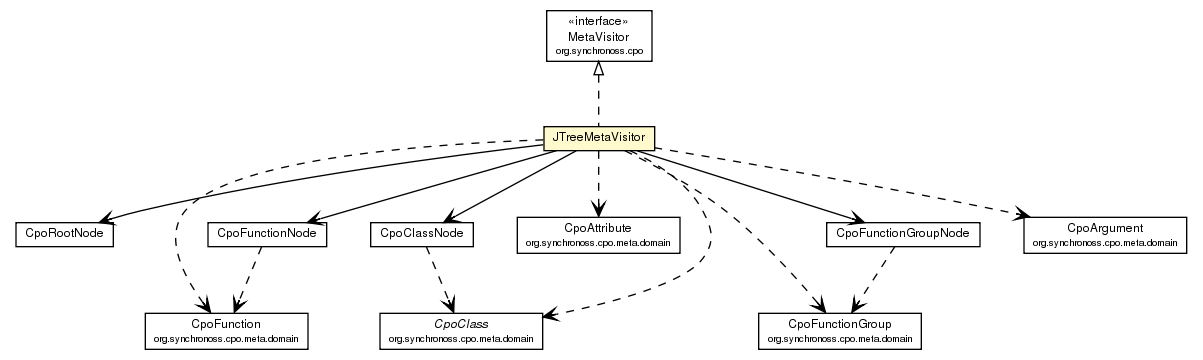
Above: site/apidocs/org/synchronoss/cpo/util/JTreeMetaVisitor.png in synchronoss/cpo-util (Graphviz), before the change. Its source is kept beside it as site/apidocs/org/synchronoss/cpo/util/JTreeMetaVisitor.dot.
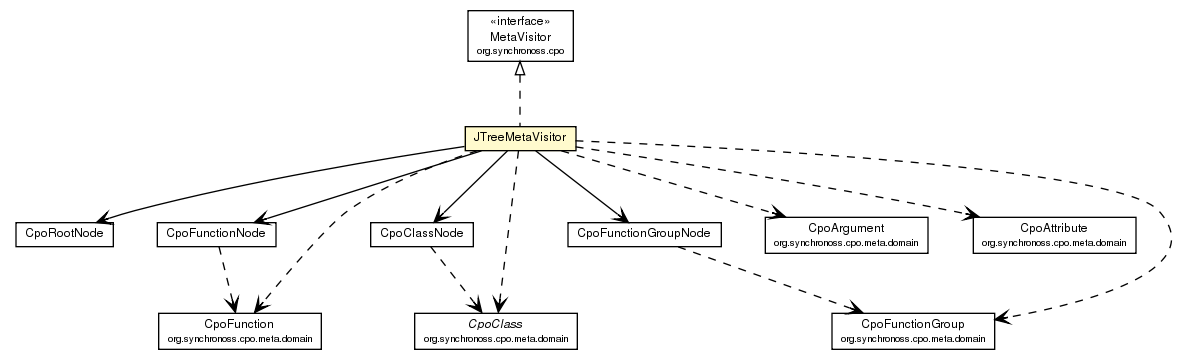
After the commit.

Diff of the diagram source:
```diff
@@ -35,24 +35,24 @@
 	c1707:p -> c1765:p [taillabel="", label="", headlabel="", fontname="Helvetica", fontcolor="black", fontsize=10.0, color="black", arrowhead=open, style=dashed];
 	c1707:p -> c1766:p [taillabel="", label="", headlabel="", fontname="Helvetica", fontcolor="black", fontsize=10.0, color="black", arrowhead=open, style=dashed];
 	c1707:p -> c1767:p [taillabel="", label="", headlabel="", fontname="Helvetica", fontcolor="black", fontsize=10.0, color="black", arrowhead=open, style=dashed];
-	c1707:p -> c1769:p [taillabel="", label="", headlabel="", fontname="Helvetica", fontcolor="black", fontsize=10.0, color="black", arrowhead=open, style=dashed];
+	c1707:p -> c1768:p [taillabel="", label="", headlabel="", fontname="Helvetica", fontcolor="black", fontsize=10.0, color="black", arrowhead=open, style=dashed];
 	c1707:p -> c1770:p [taillabel="", label="", headlabel="", fontname="Helvetica", fontcolor="black", fontsize=10.0, color="black", arrowhead=open, style=dashed];
 	c1721:p -> c1766:p [taillabel="", label="", headlabel="", fontname="Helvetica", fontcolor="black", fontsize=10.0, color="black", arrowhead=open, style=dashed];
-	c1723:p -> c1767:p [taillabel="", label="", headlabel="", fontname="Helvetica", fontcolor="black", fontsize=10.0, color="black", arrowhead=open, style=dashed];
-	c1728:p -> c1769:p [taillabel="", label="", headlabel="", fontname="Helvetica", fontcolor="black", fontsize=10.0, color="black", arrowhead=open, style=dashed];
-	c1767 [label=<<table border="0" cellborder="1" cellspacing="0" cellpadding="2" port="p" href="http://java.sun.com/j2se/1.4.2/docs/api/org/synchronoss/cpo/meta/domain/CpoClass.html">
+	c1723:p -> c1765:p [taillabel="", label="", headlabel="", fontname="Helvetica", fontcolor="black", fontsize=10.0, color="black", arrowhead=open, style=dashed];
+	c1728:p -> c1770:p [taillabel="", label="", headlabel="", fontname="Helvetica", fontcolor="black", fontsize=10.0, color="black", arrowhead=open, style=dashed];
+	c1765 [label=<<table border="0" cellborder="1" cellspacing="0" cellpadding="2" port="p" href="http://java.sun.com/j2se/1.4.2/docs/api/org/synchronoss/cpo/meta/domain/CpoClass.html">
 		<tr><td><table border="0" cellspacing="0" cellpadding="1">
 			<tr><td><font face="Helvetica-Oblique"> CpoClass </font></td></tr>
 			<tr><td><font point-size="7.0"> org.synchronoss.cpo.meta.domain </font></td></tr>
 		</table></td></tr>
 		</table>>, fontname="Helvetica", fontcolor="black", fontsize=9.0];
-	c1770 [label=<<table border="0" cellborder="1" cellspacing="0" cellpadding="2" port="p" href="http://java.sun.com/j2se/1.4.2/docs/api/org/synchronoss/cpo/meta/domain/CpoArgument.html">
+	c1767 [label=<<table border="0" cellborder="1" cellspacing="0" cellpadding="2" port="p" href="http://java.sun.com/j2se/1.4.2/docs/api/org/synchronoss/cpo/meta/domain/CpoArgument.html">
 		<tr><td><table border="0" cellspacing="0" cellpadding="1">
 			<tr><td> CpoArgument </td></tr>
 			<tr><td><font point-size="7.0"> org.synchronoss.cpo.meta.domain </font></td></tr>
 		</table></td></tr>
 		</table>>, fontname="Helvetica", fontcolor="black", fontsize=9.0];
-	c1765 [label=<<table border="0" cellborder="1" cellspacing="0" cellpadding="2" port="p" href="http://java.sun.com/j2se/1.4.2/docs/api/org/synchronoss/cpo/meta/domain/CpoAttribute.html">
+	c1768 [label=<<table border="0" cellborder="1" cellspacing="0" cellpadding="2" port="p" href="http://java.sun.com/j2se/1.4.2/docs/api/org/synchronoss/cpo/meta/domain/CpoAttribute.html">
 		<tr><td><table border="0" cellspacing="0" cellpadding="1">
 			<tr><td> CpoAttribute </td></tr>
 			<tr><td><font point-size="7.0"> org.synchronoss.cpo.meta.domain </font></td></tr>
@@ -64,7 +64,7 @@
 			<tr><td><font point-size="7.0"> org.synchronoss.cpo.meta.domain </font></td></tr>
 		</table></td></tr>
 		</table>>, fontname="Helvetica", fontcolor="black", fontsize=9.0];
-	c1769 [label=<<table border="0" cellborder="1" cellspacing="0" cellpadding="2" port="p" href="http://java.sun.com/j2se/1.4.2/docs/api/org/synchronoss/cpo/meta/domain/CpoFunctionGroup.html">
+	c1770 [label=<<table border="0" cellborder="1" cellspacing="0" cellpadding="2" port="p" href="http://java.sun.com/j2se/1.4.2/docs/api/org/synchronoss/cpo/meta/domain/CpoFunctionGroup.html">
 		<tr><td><table border="0" cellspacing="0" cellpadding="1">
 			<tr><td> CpoFunctionGroup </td></tr>
 			<tr><td><font point-size="7.0"> org.synchronoss.cpo.meta.domain </font></td></tr>
```
